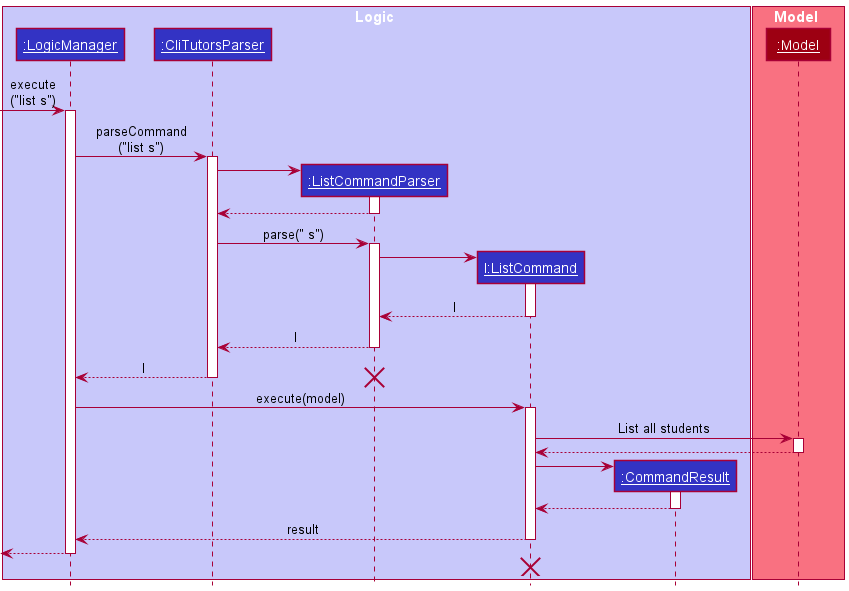
Above: docs/images/ListCommandSequenceDiagram.png in tenebrius1/tp (PlantUML), before the change. Source of this version:
```plantuml
@startuml
!include style.puml

box Logic LOGIC_COLOR_T1
participant "__:LogicManager__" as LogicManager LOGIC_COLOR
participant "__:CliTutorsParser__" as CliTutorsParser LOGIC_COLOR
participant "__:ListCommandParser__" as ListCommandParser LOGIC_COLOR
participant "__l:ListCommand__" as ListCommand LOGIC_COLOR
participant "__:CommandResult__" as CommandResult LOGIC_COLOR
end box

box Model MODEL_COLOR_T1
participant "__:Model__" as Model MODEL_COLOR
end box

[-> LogicManager : execute\n("list s")
activate LogicManager
LogicManager -> CliTutorsParser : parseCommand\n("list s")
activate CliTutorsParser

create ListCommandParser
CliTutorsParser -> ListCommandParser
activate ListCommandParser

CliTutorsParser <-- ListCommandParser
deactivate ListCommandParser

CliTutorsParser -> ListCommandParser : parse(" s")
activate ListCommandParser

create ListCommand
ListCommandParser -> ListCommand
activate ListCommand

ListCommandParser <-- ListCommand : l
deactivate ListCommand

ListCommandParser --> CliTutorsParser : l
deactivate ListCommandParser

CliTutorsParser --> LogicManager : l
deactivate CliTutorsParser
destroy ListCommandParser

LogicManager -> ListCommand : execute(model)
activate ListCommand

ListCommand -> Model : List all students
activate Model
ListCommand <-- Model
deactivate Model

create CommandResult
ListCommand -> CommandResult
activate CommandResult

CommandResult --> ListCommand
deactivate CommandResult

ListCommand --> LogicManager : result
deactivate ListCommand

[<--LogicManager
deactivate LogicManager
ListCommand -[hidden]-> LogicManager
destroy ListCommand
@enduml
```
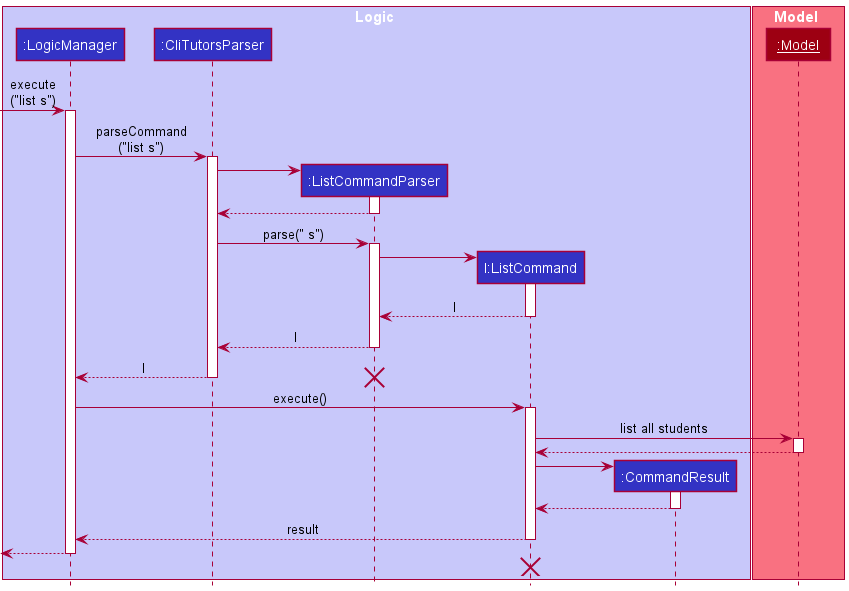
The same file after the commit.

Change to the diagram source:
```diff
@@ -2,11 +2,11 @@
 !include style.puml
 
 box Logic LOGIC_COLOR_T1
-participant "__:LogicManager__" as LogicManager LOGIC_COLOR
-participant "__:CliTutorsParser__" as CliTutorsParser LOGIC_COLOR
-participant "__:ListCommandParser__" as ListCommandParser LOGIC_COLOR
-participant "__l:ListCommand__" as ListCommand LOGIC_COLOR
-participant "__:CommandResult__" as CommandResult LOGIC_COLOR
+participant ":LogicManager" as LogicManager LOGIC_COLOR
+participant ":CliTutorsParser" as CliTutorsParser LOGIC_COLOR
+participant ":ListCommandParser" as ListCommandParser LOGIC_COLOR
+participant "l:ListCommand" as ListCommand LOGIC_COLOR
+participant ":CommandResult" as CommandResult LOGIC_COLOR
 end box
 
 box Model MODEL_COLOR_T1
@@ -42,10 +42,10 @@
 deactivate CliTutorsParser
 destroy ListCommandParser
 
-LogicManager -> ListCommand : execute(model)
+LogicManager -> ListCommand : execute()
 activate ListCommand
 
-ListCommand -> Model : List all students
+ListCommand -> Model : list all students
 activate Model
 ListCommand <-- Model
 deactivate Model
```
